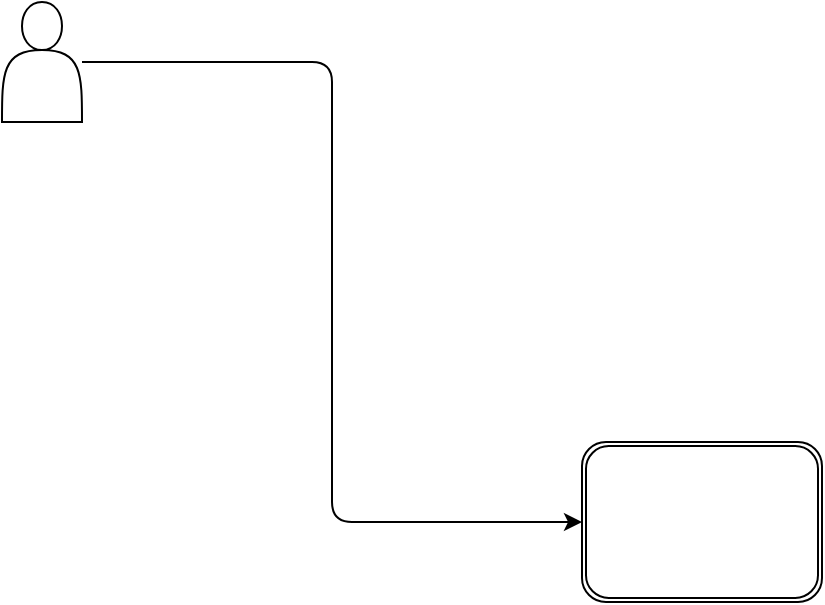
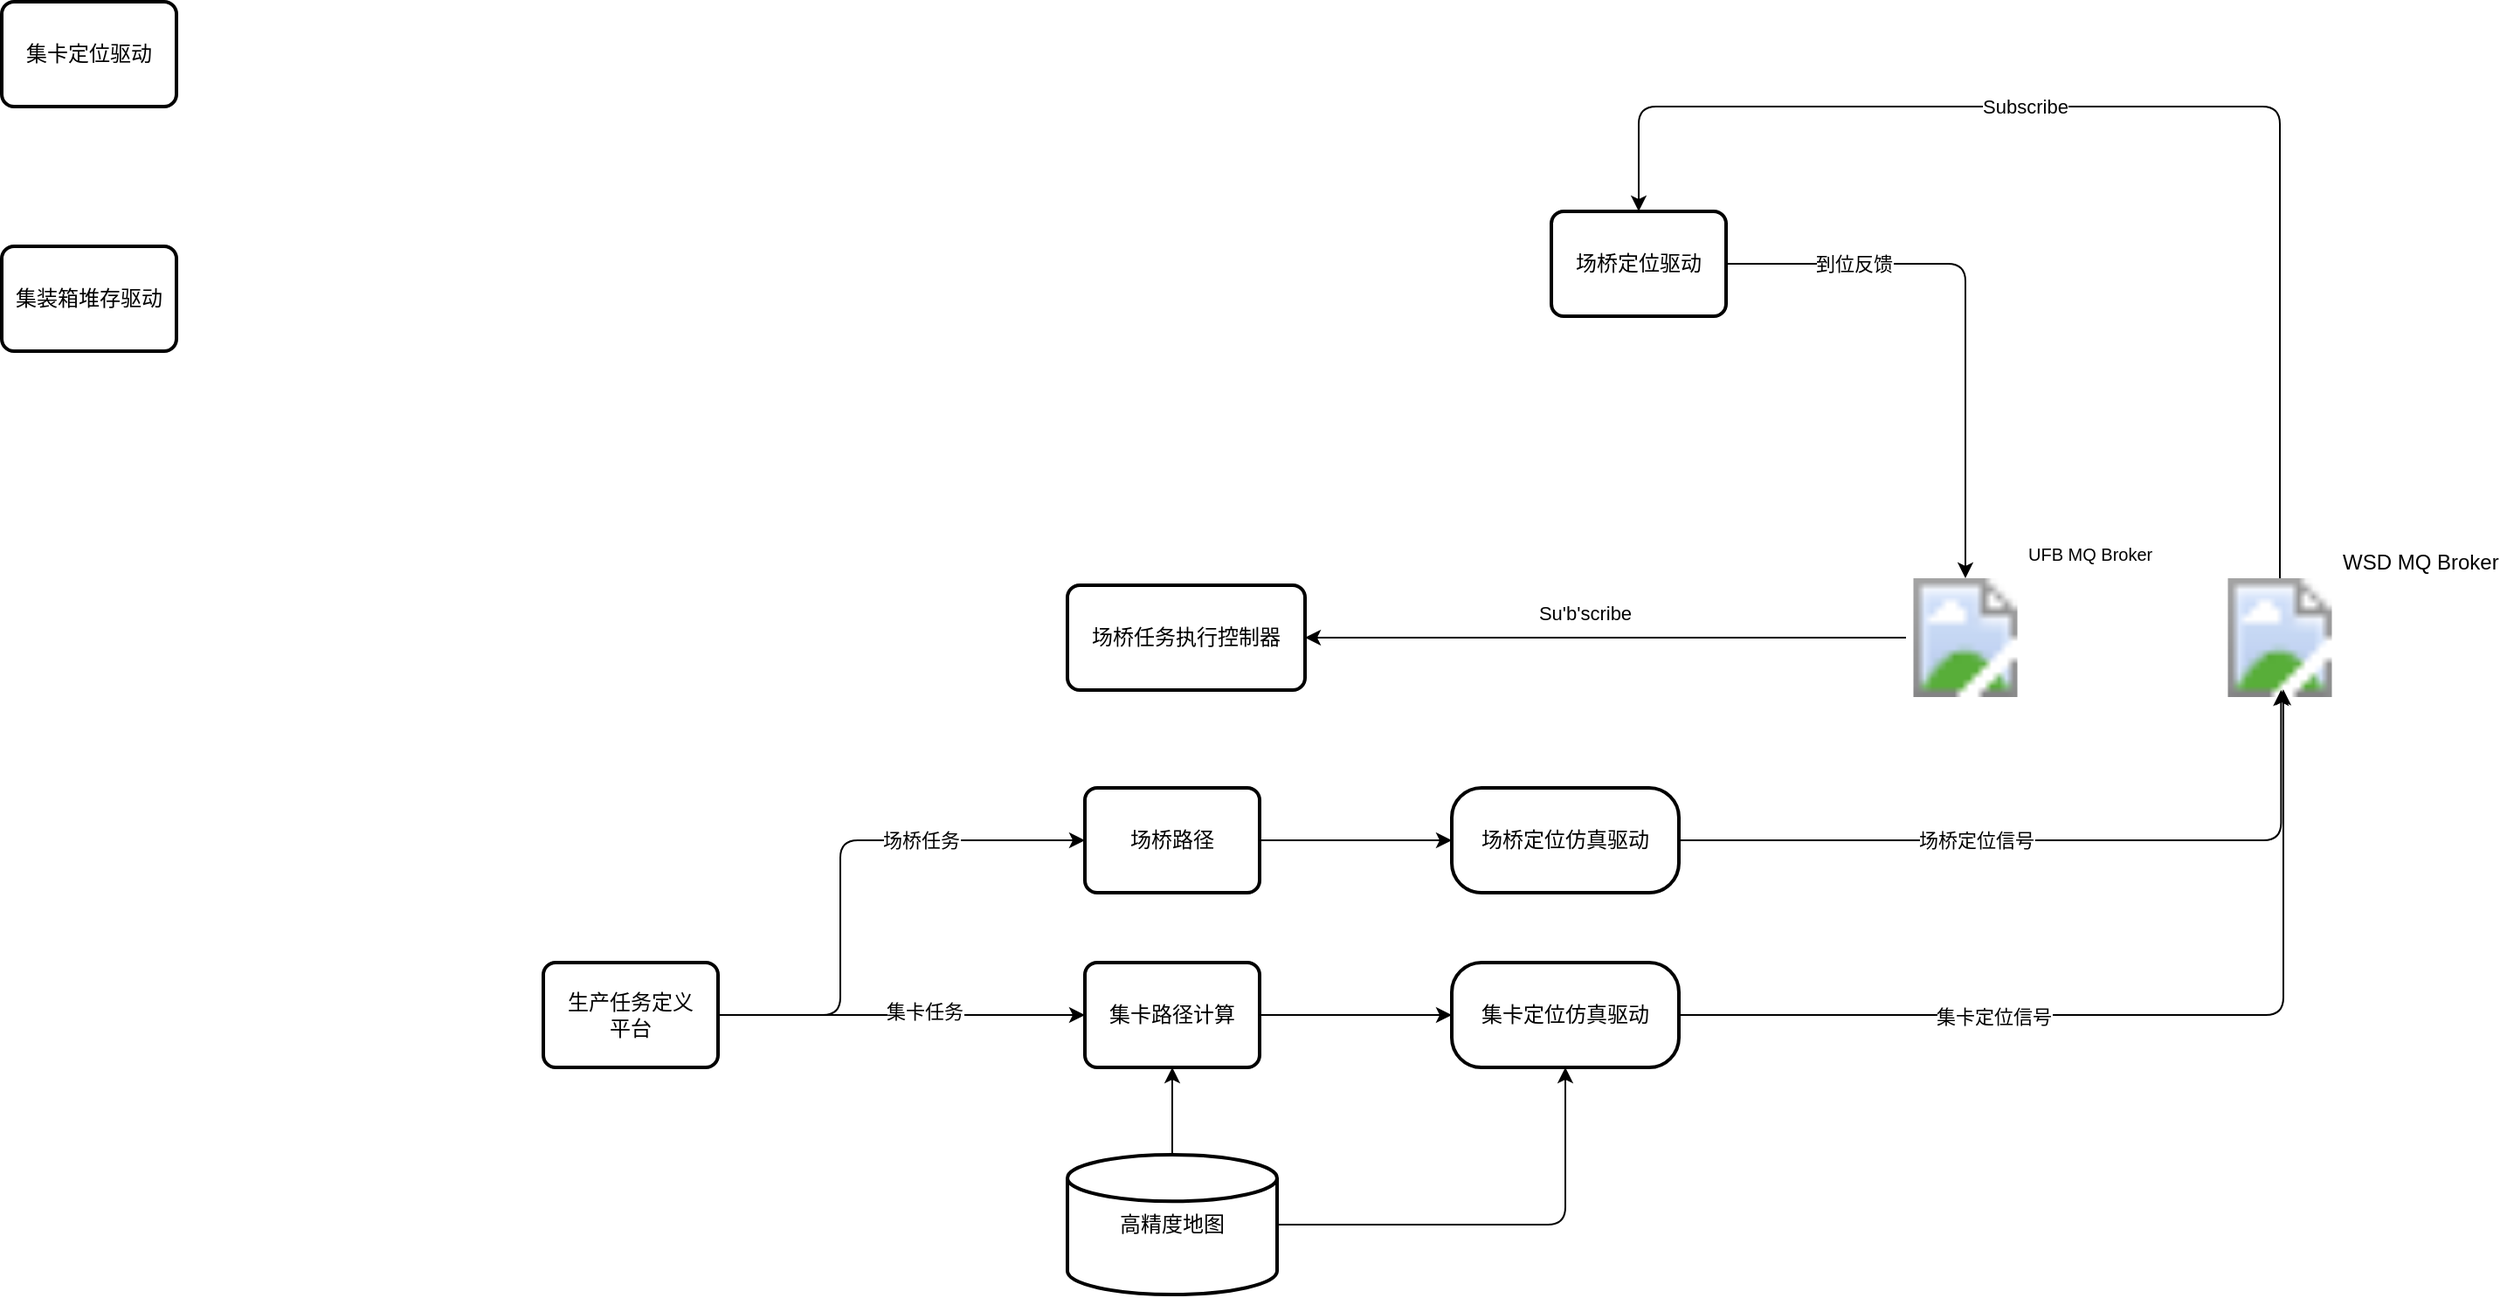
<mxfile host="app.diagrams.net">
  <diagram name="Page-1" id="QhJ_A7A5ahqmxk3ePwj9">
-     <mxGraphModel dx="2540" dy="1140" grid="1" gridSize="10" guides="1" tooltips="1" connect="1" arrows="1" fold="1" page="1" pageScale="1" pageWidth="827" pageHeight="1169" math="0" shadow="0">
+     <mxGraphModel dx="3265" dy="950" grid="1" gridSize="10" guides="1" tooltips="1" connect="1" arrows="1" fold="1" page="1" pageScale="1" pageWidth="827" pageHeight="1169" math="0" shadow="0">
      <root>
        <mxCell id="0" />
        <mxCell id="1" parent="0" />
-         <mxCell id="1HLv2kBVpQ4jiDdg2PBx-3" edge="1" parent="1" source="1HLv2kBVpQ4jiDdg2PBx-1" style="edgeStyle=orthogonalEdgeStyle;rounded=1;orthogonalLoop=1;jettySize=auto;html=1;entryX=0;entryY=0.5;entryDx=0;entryDy=0;curved=0;" target="1HLv2kBVpQ4jiDdg2PBx-2">
+         <mxCell id="wbFv9MDJ_wnUiio-fiau-3" edge="1" parent="1" source="wbFv9MDJ_wnUiio-fiau-1" style="edgeStyle=orthogonalEdgeStyle;rounded=1;orthogonalLoop=1;jettySize=auto;html=1;entryX=0.5;entryY=1;entryDx=0;entryDy=0;curved=0;" target="wbFv9MDJ_wnUiio-fiau-2">
          <mxGeometry relative="1" as="geometry" />
        </mxCell>
-         <mxCell id="1HLv2kBVpQ4jiDdg2PBx-1" parent="1" style="shape=actor;whiteSpace=wrap;html=1;" value="" vertex="1">
-           <mxGeometry height="60" width="40" x="310" y="220" as="geometry" />
+         <mxCell id="wbFv9MDJ_wnUiio-fiau-10" edge="1" parent="1" source="wbFv9MDJ_wnUiio-fiau-1" style="edgeStyle=orthogonalEdgeStyle;rounded=0;orthogonalLoop=1;jettySize=auto;html=1;" target="wbFv9MDJ_wnUiio-fiau-9">
+           <mxGeometry relative="1" as="geometry" />
        </mxCell>
-         <mxCell id="1HLv2kBVpQ4jiDdg2PBx-2" parent="1" style="shape=ext;double=1;rounded=1;whiteSpace=wrap;html=1;" value="" vertex="1">
-           <mxGeometry height="80" width="120" x="600" y="440" as="geometry" />
+         <mxCell id="wbFv9MDJ_wnUiio-fiau-1" parent="1" style="strokeWidth=2;html=1;shape=mxgraph.flowchart.database;whiteSpace=wrap;verticalAlign=middle;" value="高精度&lt;span style=&quot;background-color: transparent; color: light-dark(rgb(0, 0, 0), rgb(255, 255, 255));&quot;&gt;地图&lt;/span&gt;" vertex="1">
+           <mxGeometry height="80" width="120" x="450" y="870" as="geometry" />
+         </mxCell>
+         <mxCell id="wbFv9MDJ_wnUiio-fiau-2" parent="1" style="rounded=1;whiteSpace=wrap;html=1;absoluteArcSize=1;arcSize=34;strokeWidth=2;" value="集卡定位仿真驱动" vertex="1">
+           <mxGeometry height="60" width="130" x="670" y="760" as="geometry" />
+         </mxCell>
+         <mxCell id="wbFv9MDJ_wnUiio-fiau-22" edge="1" parent="1" source="wbFv9MDJ_wnUiio-fiau-4" style="edgeStyle=orthogonalEdgeStyle;rounded=1;orthogonalLoop=1;jettySize=auto;html=1;curved=0;" target="wbFv9MDJ_wnUiio-fiau-21">
+           <mxGeometry relative="1" as="geometry" />
+         </mxCell>
+         <mxCell id="wbFv9MDJ_wnUiio-fiau-23" connectable="0" parent="wbFv9MDJ_wnUiio-fiau-22" style="edgeLabel;html=1;align=center;verticalAlign=middle;resizable=0;points=[];" value="到位反馈" vertex="1">
+           <mxGeometry relative="1" x="0.1115" y="1" as="geometry">
+             <mxPoint x="-65" y="-39" as="offset" />
+           </mxGeometry>
+         </mxCell>
+         <mxCell id="wbFv9MDJ_wnUiio-fiau-4" parent="1" style="rounded=1;whiteSpace=wrap;html=1;absoluteArcSize=1;arcSize=14;strokeWidth=2;strokeColor=light-dark(#000000,#0066CC);" value="场桥定位驱动" vertex="1">
+           <mxGeometry height="60" width="100" x="727" y="330" as="geometry" />
+         </mxCell>
+         <mxCell id="wbFv9MDJ_wnUiio-fiau-5" parent="1" style="rounded=1;whiteSpace=wrap;html=1;absoluteArcSize=1;arcSize=14;strokeWidth=2;" value="集卡定位驱动" vertex="1">
+           <mxGeometry height="60" width="100" x="-160" y="210" as="geometry" />
+         </mxCell>
+         <mxCell id="wbFv9MDJ_wnUiio-fiau-6" parent="1" style="rounded=1;whiteSpace=wrap;html=1;absoluteArcSize=1;arcSize=14;strokeWidth=2;" value="集装箱堆存驱动" vertex="1">
+           <mxGeometry height="60" width="100" x="-160" y="350" as="geometry" />
+         </mxCell>
+         <mxCell id="wbFv9MDJ_wnUiio-fiau-11" edge="1" parent="1" source="wbFv9MDJ_wnUiio-fiau-7" style="edgeStyle=orthogonalEdgeStyle;rounded=0;orthogonalLoop=1;jettySize=auto;html=1;entryX=0;entryY=0.5;entryDx=0;entryDy=0;" target="wbFv9MDJ_wnUiio-fiau-9">
+           <mxGeometry relative="1" as="geometry" />
+         </mxCell>
+         <mxCell id="wbFv9MDJ_wnUiio-fiau-12" connectable="0" parent="wbFv9MDJ_wnUiio-fiau-11" style="edgeLabel;html=1;align=center;verticalAlign=middle;resizable=0;points=[];" value="集卡任务" vertex="1">
+           <mxGeometry relative="1" x="0.1222" y="2" as="geometry">
+             <mxPoint as="offset" />
+           </mxGeometry>
+         </mxCell>
+         <mxCell id="wbFv9MDJ_wnUiio-fiau-24" edge="1" parent="1" source="wbFv9MDJ_wnUiio-fiau-7" style="edgeStyle=orthogonalEdgeStyle;rounded=1;orthogonalLoop=1;jettySize=auto;html=1;entryX=0;entryY=0.5;entryDx=0;entryDy=0;curved=0;" target="wbFv9MDJ_wnUiio-fiau-8">
+           <mxGeometry relative="1" as="geometry">
+             <Array as="points">
+               <mxPoint x="320" y="790" />
+               <mxPoint x="320" y="690" />
+             </Array>
+           </mxGeometry>
+         </mxCell>
+         <mxCell id="wbFv9MDJ_wnUiio-fiau-25" connectable="0" parent="wbFv9MDJ_wnUiio-fiau-24" style="edgeLabel;html=1;align=center;verticalAlign=middle;resizable=0;points=[];" value="场桥任务" vertex="1">
+           <mxGeometry relative="1" x="0.3946" as="geometry">
+             <mxPoint as="offset" />
+           </mxGeometry>
+         </mxCell>
+         <mxCell id="wbFv9MDJ_wnUiio-fiau-7" parent="1" style="rounded=1;whiteSpace=wrap;html=1;absoluteArcSize=1;arcSize=14;strokeWidth=2;" value="生产任务定义&lt;div&gt;平台&lt;/div&gt;" vertex="1">
+           <mxGeometry height="60" width="100" x="150" y="760" as="geometry" />
+         </mxCell>
+         <mxCell id="wbFv9MDJ_wnUiio-fiau-26" edge="1" parent="1" source="wbFv9MDJ_wnUiio-fiau-8" style="edgeStyle=orthogonalEdgeStyle;rounded=0;orthogonalLoop=1;jettySize=auto;html=1;" target="wbFv9MDJ_wnUiio-fiau-17" value="">
+           <mxGeometry relative="1" as="geometry" />
+         </mxCell>
+         <mxCell id="wbFv9MDJ_wnUiio-fiau-8" parent="1" style="rounded=1;whiteSpace=wrap;html=1;absoluteArcSize=1;arcSize=14;strokeWidth=2;" value="场桥路径" vertex="1">
+           <mxGeometry height="60" width="100" x="460" y="660" as="geometry" />
+         </mxCell>
+         <mxCell id="wbFv9MDJ_wnUiio-fiau-13" edge="1" parent="1" source="wbFv9MDJ_wnUiio-fiau-9" style="edgeStyle=orthogonalEdgeStyle;rounded=0;orthogonalLoop=1;jettySize=auto;html=1;entryX=0;entryY=0.5;entryDx=0;entryDy=0;" target="wbFv9MDJ_wnUiio-fiau-2">
+           <mxGeometry relative="1" as="geometry" />
+         </mxCell>
+         <mxCell id="wbFv9MDJ_wnUiio-fiau-9" parent="1" style="rounded=1;whiteSpace=wrap;html=1;absoluteArcSize=1;arcSize=14;strokeWidth=2;" value="集卡路径计算" vertex="1">
+           <mxGeometry height="60" width="100" x="460" y="760" as="geometry" />
+         </mxCell>
+         <mxCell id="wbFv9MDJ_wnUiio-fiau-27" edge="1" parent="1" source="wbFv9MDJ_wnUiio-fiau-14" style="edgeStyle=orthogonalEdgeStyle;rounded=1;orthogonalLoop=1;jettySize=auto;html=1;entryX=0.5;entryY=0;entryDx=0;entryDy=0;curved=0;" target="wbFv9MDJ_wnUiio-fiau-4">
+           <mxGeometry relative="1" as="geometry">
+             <Array as="points">
+               <mxPoint x="1144" y="270" />
+               <mxPoint x="777" y="270" />
+             </Array>
+           </mxGeometry>
+         </mxCell>
+         <mxCell id="wbFv9MDJ_wnUiio-fiau-28" connectable="0" parent="wbFv9MDJ_wnUiio-fiau-27" style="edgeLabel;html=1;align=center;verticalAlign=middle;resizable=0;points=[];" value="Subscribe" vertex="1">
+           <mxGeometry relative="1" x="-0.0928" y="3" as="geometry">
+             <mxPoint x="-100" y="-3" as="offset" />
+           </mxGeometry>
+         </mxCell>
+         <mxCell id="wbFv9MDJ_wnUiio-fiau-14" parent="1" style="image;aspect=fixed;html=1;points=[];align=left;fontSize=12;image=img/lib/dynamics365/ProductVisualize.svg;labelPosition=right;verticalLabelPosition=top;verticalAlign=bottom;" value="WSD MQ Broker" vertex="1">
+           <mxGeometry height="68" width="68" x="1110" y="540" as="geometry" />
+         </mxCell>
+         <mxCell id="wbFv9MDJ_wnUiio-fiau-15" edge="1" parent="1" source="wbFv9MDJ_wnUiio-fiau-2" style="edgeStyle=orthogonalEdgeStyle;rounded=1;orthogonalLoop=1;jettySize=auto;html=1;curved=0;entryX=0.529;entryY=0.936;entryDx=0;entryDy=0;entryPerimeter=0;" target="wbFv9MDJ_wnUiio-fiau-14">
+           <mxGeometry relative="1" as="geometry">
+             <mxPoint x="1144" y="610" as="targetPoint" />
+           </mxGeometry>
+         </mxCell>
+         <mxCell id="wbFv9MDJ_wnUiio-fiau-16" connectable="0" parent="wbFv9MDJ_wnUiio-fiau-15" style="edgeLabel;html=1;align=center;verticalAlign=middle;resizable=0;points=[];" value="集卡定位信号" vertex="1">
+           <mxGeometry relative="1" x="0.325" y="5" as="geometry">
+             <mxPoint x="-161" y="7" as="offset" />
+           </mxGeometry>
+         </mxCell>
+         <mxCell id="wbFv9MDJ_wnUiio-fiau-17" parent="1" style="rounded=1;whiteSpace=wrap;html=1;absoluteArcSize=1;arcSize=34;strokeWidth=2;" value="场桥定位仿真驱动" vertex="1">
+           <mxGeometry height="60" width="130" x="670" y="660" as="geometry" />
+         </mxCell>
+         <mxCell id="wbFv9MDJ_wnUiio-fiau-18" edge="1" parent="1" source="wbFv9MDJ_wnUiio-fiau-17" style="edgeStyle=orthogonalEdgeStyle;rounded=1;orthogonalLoop=1;jettySize=auto;html=1;curved=0;entryX=0.51;entryY=0.941;entryDx=0;entryDy=0;entryPerimeter=0;" target="wbFv9MDJ_wnUiio-fiau-14">
+           <mxGeometry relative="1" as="geometry">
+             <mxPoint x="1160" y="620" as="targetPoint" />
+           </mxGeometry>
+         </mxCell>
+         <mxCell id="wbFv9MDJ_wnUiio-fiau-19" connectable="0" parent="wbFv9MDJ_wnUiio-fiau-18" style="edgeLabel;html=1;align=center;verticalAlign=middle;resizable=0;points=[];" value="场桥定位信号" vertex="1">
+           <mxGeometry relative="1" x="0.2547" y="1" as="geometry">
+             <mxPoint x="-100" y="1" as="offset" />
+           </mxGeometry>
+         </mxCell>
+         <mxCell id="wbFv9MDJ_wnUiio-fiau-30" edge="1" parent="1" source="wbFv9MDJ_wnUiio-fiau-21" style="edgeStyle=orthogonalEdgeStyle;rounded=0;orthogonalLoop=1;jettySize=auto;html=1;" target="wbFv9MDJ_wnUiio-fiau-29">
+           <mxGeometry relative="1" as="geometry" />
+         </mxCell>
+         <mxCell id="wbFv9MDJ_wnUiio-fiau-31" connectable="0" parent="wbFv9MDJ_wnUiio-fiau-30" style="edgeLabel;html=1;align=center;verticalAlign=middle;resizable=0;points=[];" value="Su&#39;b&#39;scribe" vertex="1">
+           <mxGeometry relative="1" x="0.0707" y="-1" as="geometry">
+             <mxPoint y="-13" as="offset" />
+           </mxGeometry>
+         </mxCell>
+         <mxCell id="wbFv9MDJ_wnUiio-fiau-21" parent="1" style="image;aspect=fixed;html=1;points=[];align=left;fontSize=12;image=img/lib/dynamics365/ProductVisualize.svg;labelPosition=right;verticalLabelPosition=top;verticalAlign=bottom;" value="&lt;sup&gt;UFB MQ Broker&lt;/sup&gt;" vertex="1">
+           <mxGeometry height="68" width="68" x="930" y="540" as="geometry" />
+         </mxCell>
+         <mxCell id="wbFv9MDJ_wnUiio-fiau-29" parent="1" style="rounded=1;whiteSpace=wrap;html=1;absoluteArcSize=1;arcSize=14;strokeWidth=2;" value="场桥任务执行控制器" vertex="1">
+           <mxGeometry height="60" width="136" x="450" y="544" as="geometry" />
        </mxCell>
      </root>
    </mxGraphModel>
  </diagram>
</mxfile>
